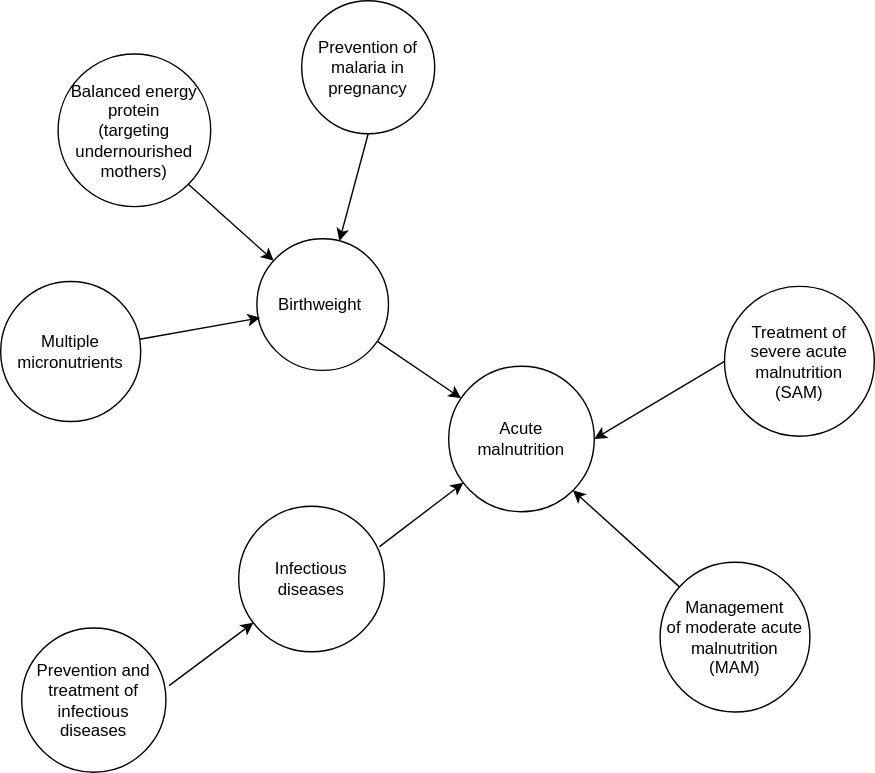
Earlier version of the draw.io export docs/source/concept_models/vivarium_ciff_sam/DAG_acute_malnutrition.svg (ihmeuw/vivarium_research). Source tidied: cells renumbered, new cells last; positions are measured from the earlier drawing's top-left corner, leaving out a move shared by most shapes.
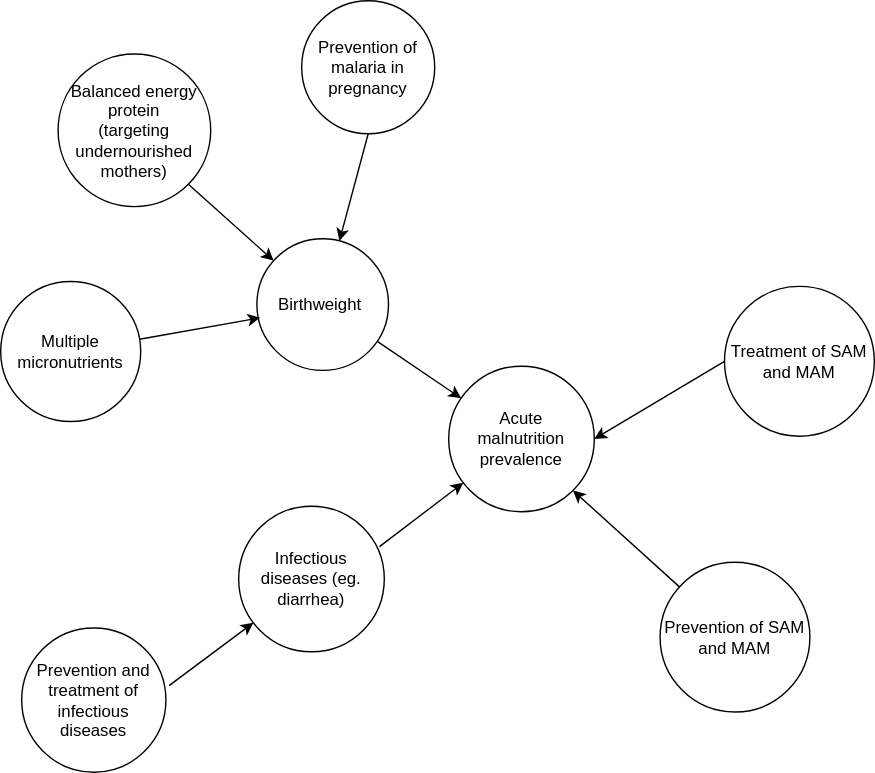
After the change.

Change to the diagram source:
```diff
@@ -2,16 +2,16 @@
   <root>
     <mxCell id="0" />
     <mxCell id="1" parent="0" />
-    <mxCell id="2" value="Acute &lt;br style=&quot;font-size: 12px;&quot;&gt;malnutrition" style="ellipse;whiteSpace=wrap;html=1;fontSize=12;" parent="1" vertex="1">
+    <mxCell id="2" value="Acute &lt;br style=&quot;font-size: 12px&quot;&gt;malnutrition prevalence" style="ellipse;whiteSpace=wrap;html=1;fontSize=12;" parent="1" vertex="1">
       <mxGeometry x="320" y="261" width="104" height="104" as="geometry" />
     </mxCell>
-    <mxCell id="3" value="Infectious diseases" style="ellipse;whiteSpace=wrap;html=1;fontSize=12;" parent="1" vertex="1">
+    <mxCell id="3" value="Infectious diseases (eg. diarrhea)" style="ellipse;whiteSpace=wrap;html=1;fontSize=12;" parent="1" vertex="1">
       <mxGeometry x="170" y="361" width="104" height="104" as="geometry" />
     </mxCell>
     <mxCell id="4" value="Prevention and treatment of infectious diseases" style="ellipse;whiteSpace=wrap;html=1;fontSize=12;" parent="1" vertex="1">
       <mxGeometry x="15" y="448" width="103" height="103" as="geometry" />
     </mxCell>
-    <mxCell id="5" value="Management &lt;br style=&quot;font-size: 12px&quot;&gt;of moderate acute malnutrition&lt;br&gt;(MAM)" style="ellipse;whiteSpace=wrap;html=1;fontSize=12;" parent="1" vertex="1">
+    <mxCell id="5" value="Prevention of SAM and MAM" style="ellipse;whiteSpace=wrap;html=1;fontSize=12;" parent="1" vertex="1">
       <mxGeometry x="471" y="401" width="107" height="107" as="geometry" />
     </mxCell>
     <mxCell id="6" value="Birthweight&amp;nbsp;" style="ellipse;whiteSpace=wrap;html=1;fontSize=12;" parent="1" vertex="1">
@@ -47,7 +47,7 @@
     <mxCell id="16" style="endArrow=classic;html=1;exitX=0.5;exitY=1;exitDx=0;exitDy=0;fontSize=12;" parent="1" edge="1" source="15" target="6">
       <mxGeometry relative="1" as="geometry" />
     </mxCell>
-    <mxCell id="17" value="Treatment of severe acute malnutrition&lt;br&gt;(SAM)" style="ellipse;whiteSpace=wrap;html=1;fontSize=12;" parent="1" vertex="1">
+    <mxCell id="17" value="Treatment of SAM and MAM" style="ellipse;whiteSpace=wrap;html=1;fontSize=12;" parent="1" vertex="1">
       <mxGeometry x="517" y="204" width="107" height="107" as="geometry" />
     </mxCell>
     <mxCell id="18" style="endArrow=classic;html=1;entryX=1;entryY=0.5;entryDx=0;entryDy=0;fontSize=12;exitX=0;exitY=0.5;exitDx=0;exitDy=0;" parent="1" edge="1" source="17" target="2">
```
